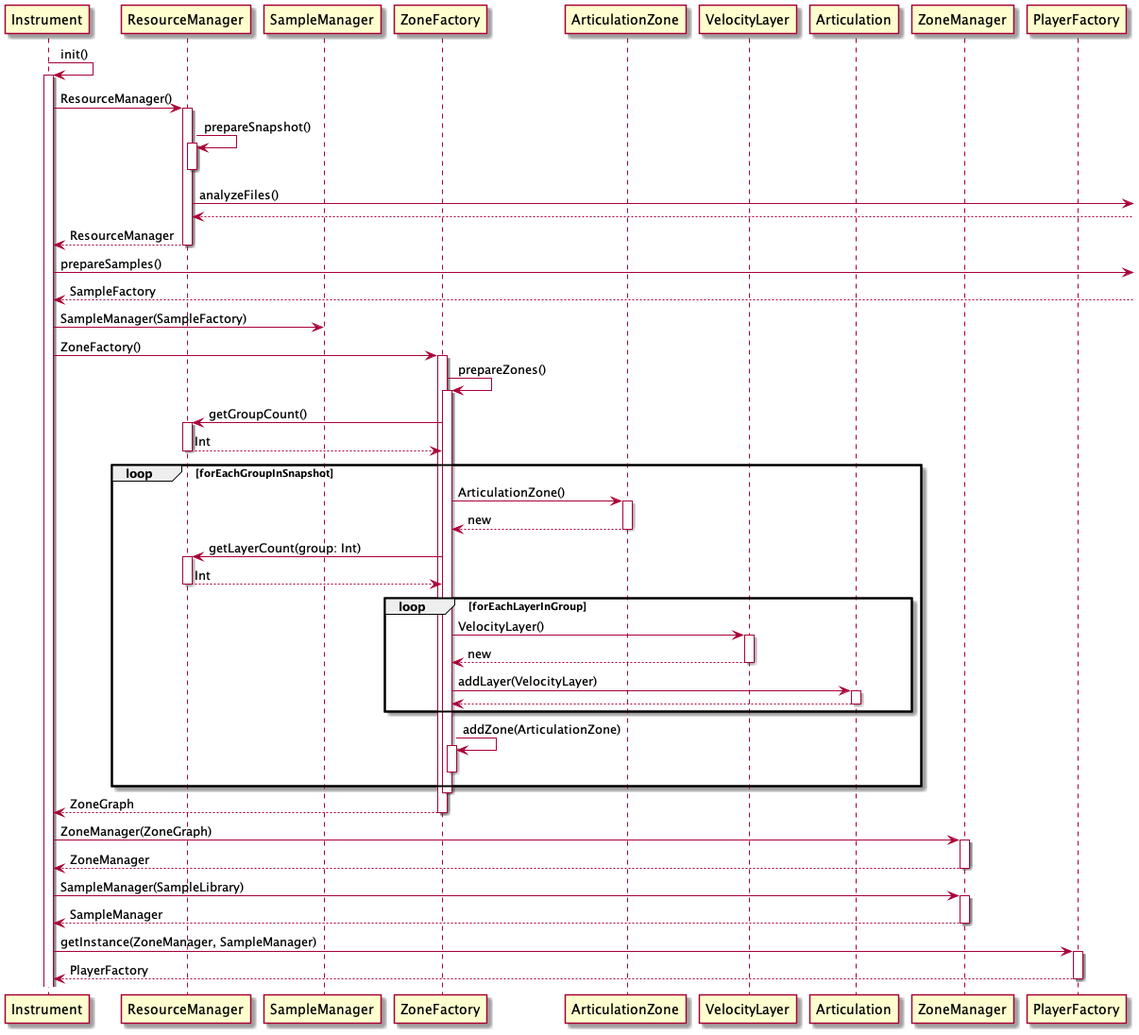
The PlantUML diagram app/Documentation/RenderedImages/prepareZoneSequence.png in tunepruner/FingerPerc, before a commit. Source of this version:
```plantuml
@startuml
Instrument->Instrument++: init()

Instrument->ResourceManager++: ResourceManager()
ResourceManager->ResourceManager++: prepareSnapshot()
deactivate
ResourceManager->: analyzeFiles()
ResourceManager<--
return ResourceManager
Instrument->: prepareSamples()
Instrument<--:SampleFactory


Instrument->SampleManager: SampleManager(SampleFactory)


Instrument->ZoneFactory++: ZoneFactory()
ZoneFactory->ZoneFactory++: prepareZones()
ZoneFactory->ResourceManager++: getGroupCount()
return Int


loop forEachGroupInSnapshot
ZoneFactory->ArticulationZone++: ArticulationZone()
return new
ZoneFactory->ResourceManager++: getLayerCount(group: Int)
return Int
loop forEachLayerInGroup
ZoneFactory->VelocityLayer++: VelocityLayer()
return new


ZoneFactory->Articulation++:addLayer(VelocityLayer)
return
end loop
ZoneFactory->ZoneFactory++: addZone(ArticulationZone)
deactivate
end loop
deactivate
return ZoneGraph


Instrument->ZoneManager++: ZoneManager(ZoneGraph)
return ZoneManager

Instrument->ZoneManager++: SampleManager(SampleLibrary)
return SampleManager


Instrument->PlayerFactory++: getInstance(ZoneManager, SampleManager)
return PlayerFactory
@enduml
```
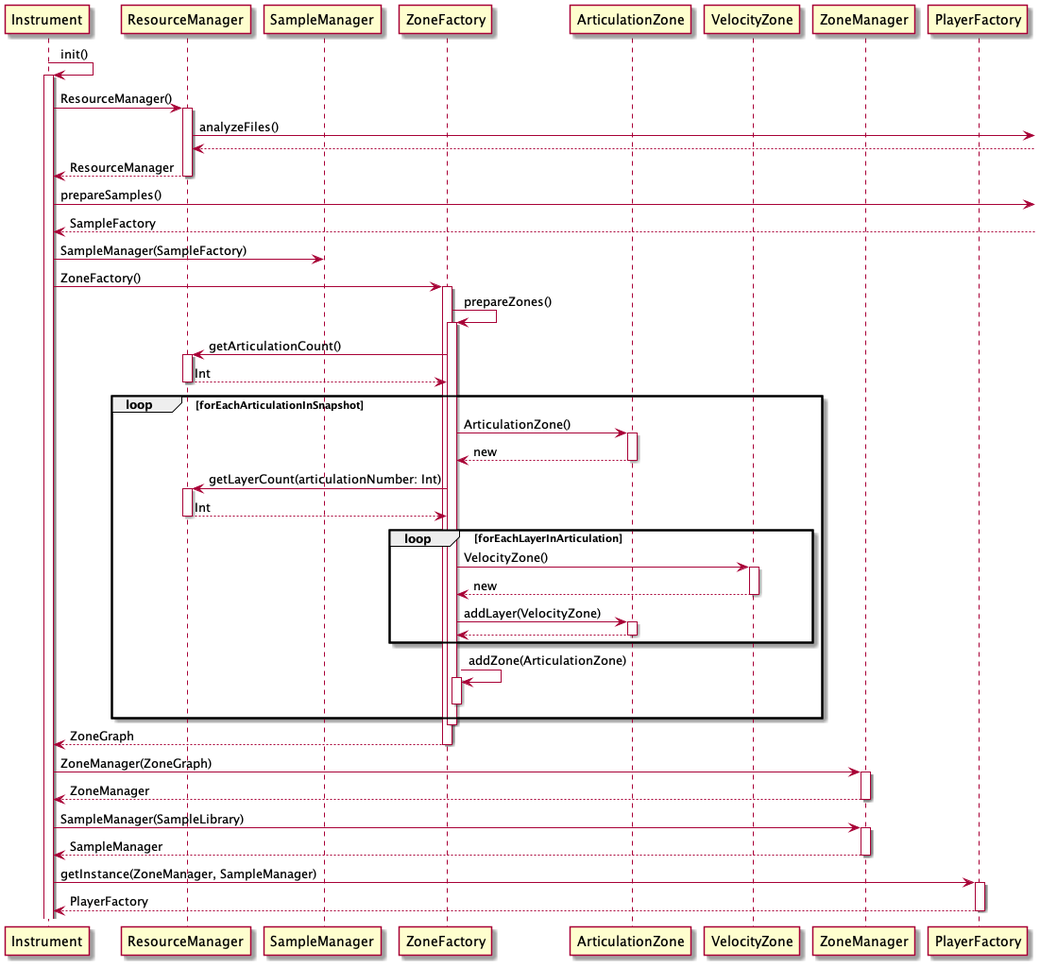
Above is the later version.

The edit, as a diff of the source:
```diff
@@ -2,8 +2,6 @@
 Instrument->Instrument++: init()
 
 Instrument->ResourceManager++: ResourceManager()
-ResourceManager->ResourceManager++: prepareSnapshot()
-deactivate
 ResourceManager->: analyzeFiles()
 ResourceManager<--
 return ResourceManager
@@ -16,21 +14,21 @@
 
 Instrument->ZoneFactory++: ZoneFactory()
 ZoneFactory->ZoneFactory++: prepareZones()
-ZoneFactory->ResourceManager++: getGroupCount()
+ZoneFactory->ResourceManager++: getArticulationCount()
 return Int
 
 
-loop forEachGroupInSnapshot
+loop forEachArticulationInSnapshot
 ZoneFactory->ArticulationZone++: ArticulationZone()
 return new
-ZoneFactory->ResourceManager++: getLayerCount(group: Int)
+ZoneFactory->ResourceManager++: getLayerCount(articulationNumber: Int)
 return Int
-loop forEachLayerInGroup
-ZoneFactory->VelocityLayer++: VelocityLayer()
+loop forEachLayerInArticulation
+ZoneFactory->VelocityZone++: VelocityZone()
 return new
 
 
-ZoneFactory->Articulation++:addLayer(VelocityLayer)
+ZoneFactory->ArticulationZone++:addLayer(VelocityZone)
 return
 end loop
 ZoneFactory->ZoneFactory++: addZone(ArticulationZone)
```
